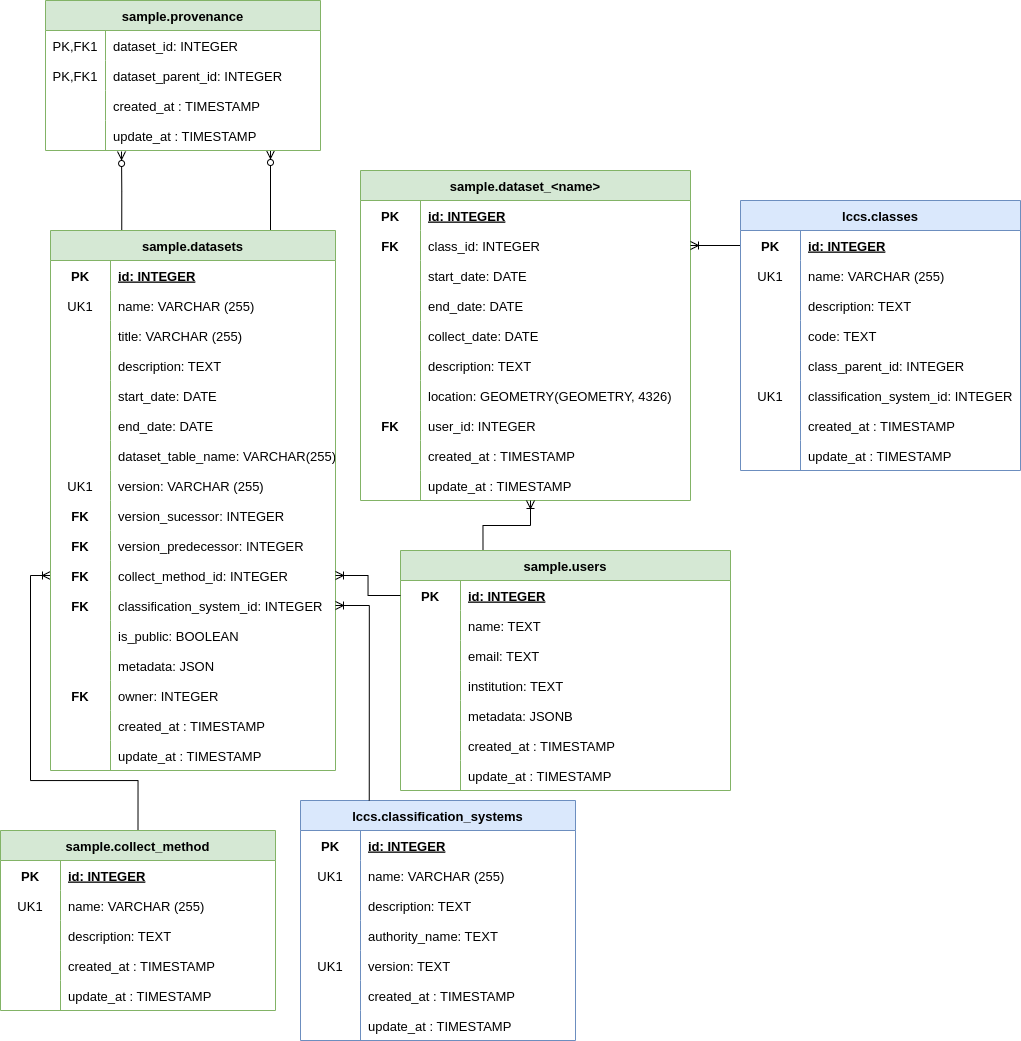
brazil-data-cube/sample-db keeps this draw.io diagram as docs/model/db-schema.png. Above is the earlier version. Source tidied: cells renumbered, new cells last; positions are measured from the earlier drawing's top-left corner, leaving out a move shared by most shapes.
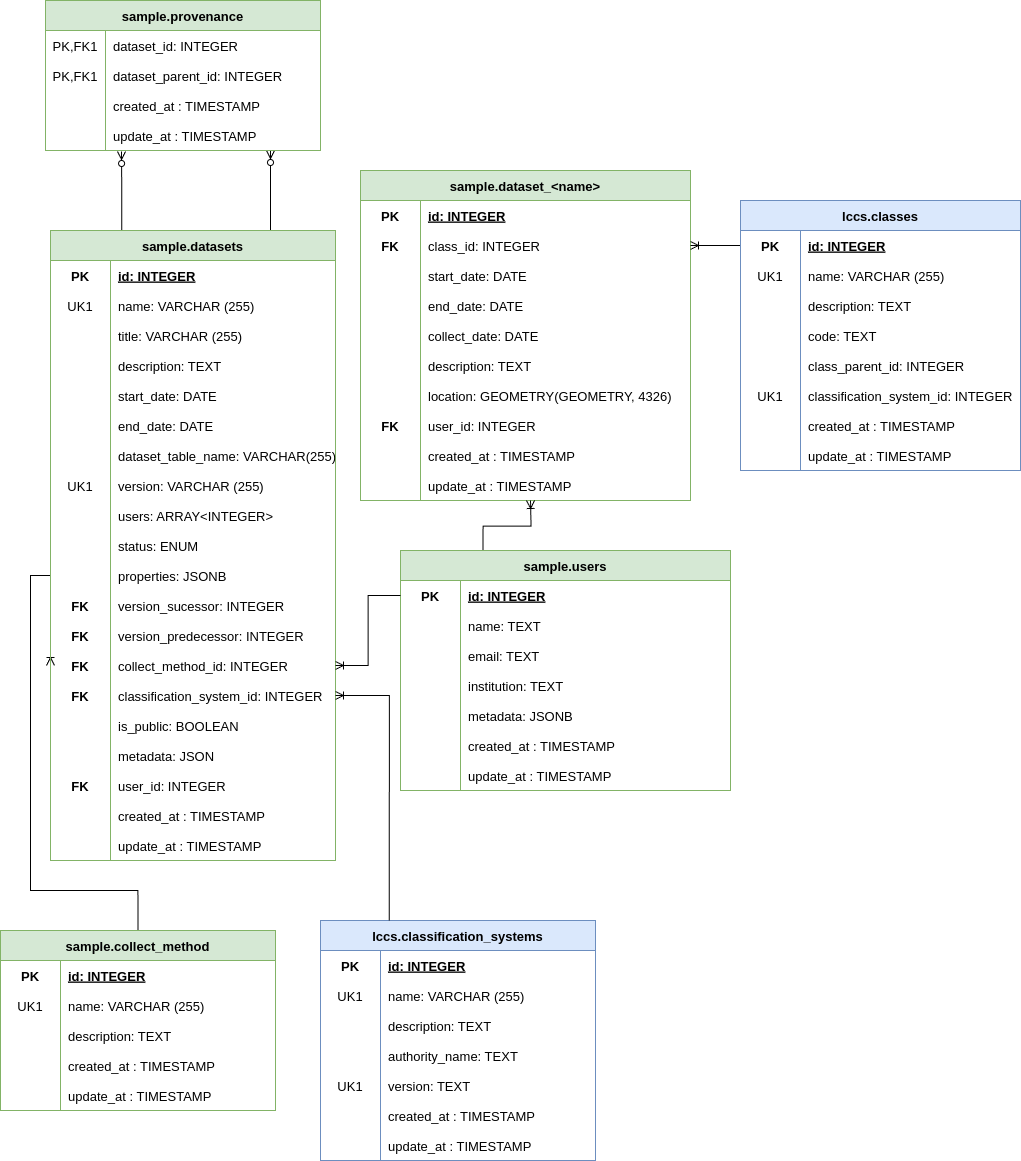
The same file after the commit.

Commit message:
:books: updating model

The edit, as a diff of the source:
```diff
@@ -17,9 +17,10 @@
     <mxCell id="4" style="edgeStyle=orthogonalEdgeStyle;rounded=0;jettySize=auto;html=1;entryX=0;entryY=0.5;entryDx=0;entryDy=0;endArrow=ERoneToMany;endFill=0;exitX=0.5;exitY=0;exitDx=0;exitDy=0;fontSize=13;" parent="1" edge="1" source="71" target="50">
       <mxGeometry relative="1" as="geometry">
         <Array as="points">
-          <mxPoint x="137" y="780" />
-          <mxPoint x="30" y="780" />
+          <mxPoint x="137" y="890" />
+          <mxPoint x="30" y="890" />
           <mxPoint x="30" y="575" />
+          <mxPoint x="50" y="575" />
         </Array>
       </mxGeometry>
     </mxCell>
@@ -66,7 +67,7 @@
       <mxGeometry x="45" y="60" width="60" height="30" as="geometry" />
     </mxCell>
     <mxCell id="19" value="sample.datasets" style="shape=table;startSize=30;rowLines=0;fontStyle=1;align=center;shadow=0;strokeColor=#82b366;fillColor=#d5e8d4;fontSize=13;" parent="1" vertex="1">
-      <mxGeometry x="50" y="230" width="285" height="540" as="geometry" />
+      <mxGeometry x="50" y="230" width="285" height="630" as="geometry" />
     </mxCell>
     <mxCell id="20" style="shape=partialRectangle;fillColor=none;top=0;left=0;bottom=0;right=0;fontSize=13;" parent="19" vertex="1">
       <mxGeometry y="30" width="285" height="30" as="geometry" />
@@ -131,17 +132,44 @@
     <mxCell id="40" value="dataset_table_name: VARCHAR(255)" style="shape=partialRectangle;fillColor=none;top=0;left=0;bottom=0;right=0;align=left;spacingLeft=6;overflow=hidden;fontSize=13;" parent="38" vertex="1">
       <mxGeometry x="60" width="225" height="30" as="geometry" />
     </mxCell>
+    <mxCell id="191" style="shape=partialRectangle;fillColor=none;top=0;left=0;bottom=0;right=0;fontSize=13;" parent="19" vertex="1">
+      <mxGeometry y="240" width="285" height="30" as="geometry" />
+    </mxCell>
+    <mxCell id="192" value="UK1" style="shape=partialRectangle;fillColor=none;top=0;left=0;bottom=0;right=0;overflow=hidden;fontSize=13;" parent="191" vertex="1">
+      <mxGeometry width="60" height="30" as="geometry" />
+    </mxCell>
+    <mxCell id="193" value="version: VARCHAR (255)" style="shape=partialRectangle;fillColor=none;top=0;left=0;bottom=0;right=0;align=left;spacingLeft=6;overflow=hidden;fontSize=13;" parent="191" vertex="1">
+      <mxGeometry x="60" width="225" height="30" as="geometry" />
+    </mxCell>
+    <mxCell id="194" style="shape=partialRectangle;fillColor=none;top=0;left=0;bottom=0;right=0;fontSize=13;" parent="19" vertex="1">
+      <mxGeometry y="270" width="285" height="30" as="geometry" />
+    </mxCell>
+    <mxCell id="195" style="shape=partialRectangle;fillColor=none;top=0;left=0;bottom=0;right=0;overflow=hidden;fontSize=13;" parent="194" vertex="1">
+      <mxGeometry width="60" height="30" as="geometry" />
+    </mxCell>
+    <mxCell id="196" value="users: ARRAY&lt;INTEGER&gt;" style="shape=partialRectangle;fillColor=none;top=0;left=0;bottom=0;right=0;align=left;spacingLeft=6;overflow=hidden;fontSize=13;" parent="194" vertex="1">
+      <mxGeometry x="60" width="225" height="30" as="geometry" />
+    </mxCell>
+    <mxCell id="197" style="shape=partialRectangle;fillColor=none;top=0;left=0;bottom=0;right=0;fontSize=13;" parent="19" vertex="1">
+      <mxGeometry y="300" width="285" height="30" as="geometry" />
+    </mxCell>
+    <mxCell id="198" style="shape=partialRectangle;fillColor=none;top=0;left=0;bottom=0;right=0;overflow=hidden;fontSize=13;" parent="197" vertex="1">
+      <mxGeometry width="60" height="30" as="geometry" />
+    </mxCell>
+    <mxCell id="199" value="status: ENUM" style="shape=partialRectangle;fillColor=none;top=0;left=0;bottom=0;right=0;align=left;spacingLeft=6;overflow=hidden;fontSize=13;" parent="197" vertex="1">
+      <mxGeometry x="60" width="225" height="30" as="geometry" />
+    </mxCell>
     <mxCell id="41" style="shape=partialRectangle;fillColor=none;top=0;left=0;bottom=0;right=0;fontSize=13;" parent="19" vertex="1">
-      <mxGeometry y="240" width="285" height="30" as="geometry" />
+      <mxGeometry y="330" width="285" height="30" as="geometry" />
     </mxCell>
-    <mxCell id="42" value="UK1" style="shape=partialRectangle;fillColor=none;top=0;left=0;bottom=0;right=0;overflow=hidden;fontSize=13;" parent="41" vertex="1">
+    <mxCell id="42" style="shape=partialRectangle;fillColor=none;top=0;left=0;bottom=0;right=0;overflow=hidden;fontSize=13;" parent="41" vertex="1">
       <mxGeometry width="60" height="30" as="geometry" />
     </mxCell>
-    <mxCell id="43" value="version: VARCHAR (255)" style="shape=partialRectangle;fillColor=none;top=0;left=0;bottom=0;right=0;align=left;spacingLeft=6;overflow=hidden;fontSize=13;" parent="41" vertex="1">
+    <mxCell id="43" value="properties: JSONB" style="shape=partialRectangle;fillColor=none;top=0;left=0;bottom=0;right=0;align=left;spacingLeft=6;overflow=hidden;fontSize=13;" parent="41" vertex="1">
       <mxGeometry x="60" width="225" height="30" as="geometry" />
     </mxCell>
     <mxCell id="44" style="shape=partialRectangle;fillColor=none;top=0;left=0;bottom=0;right=0;fontSize=13;" parent="19" vertex="1">
-      <mxGeometry y="270" width="285" height="30" as="geometry" />
+      <mxGeometry y="360" width="285" height="30" as="geometry" />
     </mxCell>
     <mxCell id="45" value="FK" style="shape=partialRectangle;fillColor=none;top=0;left=0;bottom=0;right=0;overflow=hidden;fontStyle=1;fontSize=13;" parent="44" vertex="1">
       <mxGeometry width="60" height="30" as="geometry" />
@@ -150,7 +178,7 @@
       <mxGeometry x="60" width="225" height="30" as="geometry" />
     </mxCell>
     <mxCell id="47" style="shape=partialRectangle;fillColor=none;top=0;left=0;bottom=0;right=0;fontSize=13;" parent="19" vertex="1">
-      <mxGeometry y="300" width="285" height="30" as="geometry" />
+      <mxGeometry y="390" width="285" height="30" as="geometry" />
     </mxCell>
     <mxCell id="48" value="FK" style="shape=partialRectangle;fillColor=none;top=0;left=0;bottom=0;right=0;overflow=hidden;fontStyle=1;fontSize=13;" parent="47" vertex="1">
       <mxGeometry width="60" height="30" as="geometry" />
@@ -159,7 +187,7 @@
       <mxGeometry x="60" width="225" height="30" as="geometry" />
     </mxCell>
     <mxCell id="50" style="shape=partialRectangle;fillColor=none;top=0;left=0;bottom=0;right=0;points=[[0,0.5],[1,0.5]];portConstraint=eastwest;fontSize=13;" parent="19" vertex="1">
-      <mxGeometry y="330" width="285" height="30" as="geometry" />
+      <mxGeometry y="420" width="285" height="30" as="geometry" />
     </mxCell>
     <mxCell id="51" value="FK" style="shape=partialRectangle;fillColor=none;top=0;left=0;bottom=0;right=0;overflow=hidden;fontStyle=1;fontSize=13;" parent="50" vertex="1">
       <mxGeometry width="60" height="30" as="geometry" />
@@ -168,7 +196,7 @@
       <mxGeometry x="60" width="225" height="30" as="geometry" />
     </mxCell>
     <mxCell id="53" style="shape=partialRectangle;fillColor=none;top=0;left=0;bottom=0;right=0;points=[[0,0.5],[1,0.5]];portConstraint=eastwest;fontSize=13;" parent="19" vertex="1">
-      <mxGeometry y="360" width="285" height="30" as="geometry" />
+      <mxGeometry y="450" width="285" height="30" as="geometry" />
     </mxCell>
     <mxCell id="54" value="FK" style="shape=partialRectangle;fillColor=none;top=0;left=0;bottom=0;right=0;overflow=hidden;fontStyle=1;fontSize=13;" parent="53" vertex="1">
       <mxGeometry width="60" height="30" as="geometry" />
@@ -177,7 +205,7 @@
       <mxGeometry x="60" width="225" height="30" as="geometry" />
     </mxCell>
     <mxCell id="56" style="shape=partialRectangle;fillColor=none;top=0;left=0;bottom=0;right=0;fontSize=13;" parent="19" vertex="1">
-      <mxGeometry y="390" width="285" height="30" as="geometry" />
+      <mxGeometry y="480" width="285" height="30" as="geometry" />
     </mxCell>
     <mxCell id="57" style="shape=partialRectangle;fillColor=none;top=0;left=0;bottom=0;right=0;overflow=hidden;fontStyle=1;fontSize=13;" parent="56" vertex="1">
       <mxGeometry width="60" height="30" as="geometry" />
@@ -186,7 +214,7 @@
       <mxGeometry x="60" width="225" height="30" as="geometry" />
     </mxCell>
     <mxCell id="59" style="shape=partialRectangle;fillColor=none;top=0;left=0;bottom=0;right=0;fontSize=13;" parent="19" vertex="1">
-      <mxGeometry y="420" width="285" height="30" as="geometry" />
+      <mxGeometry y="510" width="285" height="30" as="geometry" />
     </mxCell>
     <mxCell id="60" style="shape=partialRectangle;fillColor=none;top=0;left=0;bottom=0;right=0;overflow=hidden;fontStyle=1;fontSize=13;" parent="59" vertex="1">
       <mxGeometry width="60" height="30" as="geometry" />
@@ -195,16 +223,16 @@
       <mxGeometry x="60" width="225" height="30" as="geometry" />
     </mxCell>
     <mxCell id="62" style="shape=partialRectangle;fillColor=none;top=0;left=0;bottom=0;right=0;fontSize=13;" parent="19" vertex="1">
-      <mxGeometry y="450" width="285" height="30" as="geometry" />
+      <mxGeometry y="540" width="285" height="30" as="geometry" />
     </mxCell>
     <mxCell id="63" value="FK" style="shape=partialRectangle;fillColor=none;top=0;left=0;bottom=0;right=0;overflow=hidden;fontStyle=1;fontSize=13;" parent="62" vertex="1">
       <mxGeometry width="60" height="30" as="geometry" />
     </mxCell>
-    <mxCell id="64" value="owner: INTEGER" style="shape=partialRectangle;fillColor=none;top=0;left=0;bottom=0;right=0;align=left;spacingLeft=6;overflow=hidden;fontSize=13;" parent="62" vertex="1">
+    <mxCell id="64" value="user_id: INTEGER" style="shape=partialRectangle;fillColor=none;top=0;left=0;bottom=0;right=0;align=left;spacingLeft=6;overflow=hidden;fontSize=13;" parent="62" vertex="1">
       <mxGeometry x="60" width="225" height="30" as="geometry" />
     </mxCell>
     <mxCell id="65" style="shape=partialRectangle;fillColor=none;top=0;left=0;bottom=0;right=0;fontSize=13;" parent="19" vertex="1">
-      <mxGeometry y="480" width="285" height="30" as="geometry" />
+      <mxGeometry y="570" width="285" height="30" as="geometry" />
     </mxCell>
     <mxCell id="66" style="shape=partialRectangle;fillColor=none;top=0;left=0;bottom=0;right=0;overflow=hidden;fontSize=13;" parent="65" vertex="1">
       <mxGeometry width="60" height="30" as="geometry" />
@@ -213,7 +241,7 @@
       <mxGeometry x="60" width="225" height="30" as="geometry" />
     </mxCell>
     <mxCell id="68" style="shape=partialRectangle;fillColor=none;top=0;left=0;bottom=0;right=0;fontSize=13;" parent="19" vertex="1">
-      <mxGeometry y="510" width="285" height="30" as="geometry" />
+      <mxGeometry y="600" width="285" height="30" as="geometry" />
     </mxCell>
     <mxCell id="69" style="shape=partialRectangle;fillColor=none;top=0;left=0;bottom=0;right=0;overflow=hidden;fontSize=13;" parent="68" vertex="1">
       <mxGeometry width="60" height="30" as="geometry" />
@@ -222,7 +250,7 @@
       <mxGeometry x="60" width="225" height="30" as="geometry" />
     </mxCell>
     <mxCell id="71" value="sample.collect_method" style="shape=table;startSize=30;rowLines=0;fontStyle=1;align=center;shadow=0;strokeColor=#82b366;fillColor=#d5e8d4;fontSize=13;" parent="1" vertex="1">
-      <mxGeometry y="830" width="275" height="180" as="geometry" />
+      <mxGeometry y="930" width="275" height="180" as="geometry" />
     </mxCell>
     <mxCell id="72" style="shape=partialRectangle;fillColor=none;top=0;left=0;bottom=0;right=0;fontSize=13;" parent="71" vertex="1">
       <mxGeometry y="30" width="275" height="30" as="geometry" />
@@ -270,7 +298,7 @@
       <mxGeometry x="60" width="215" height="30" as="geometry" />
     </mxCell>
     <mxCell id="87" value="lccs.classification_systems" style="shape=table;startSize=30;rowLines=0;fontStyle=1;align=center;shadow=0;strokeColor=#6c8ebf;fillColor=#dae8fc;fontSize=13;" parent="1" vertex="1">
-      <mxGeometry x="300" y="800" width="275" height="240" as="geometry" />
+      <mxGeometry x="320" y="920" width="275" height="240" as="geometry" />
     </mxCell>
     <mxCell id="88" style="shape=partialRectangle;fillColor=none;top=0;left=0;bottom=0;right=0;fontSize=13;" parent="87" vertex="1">
       <mxGeometry y="30" width="275" height="30" as="geometry" />
```
